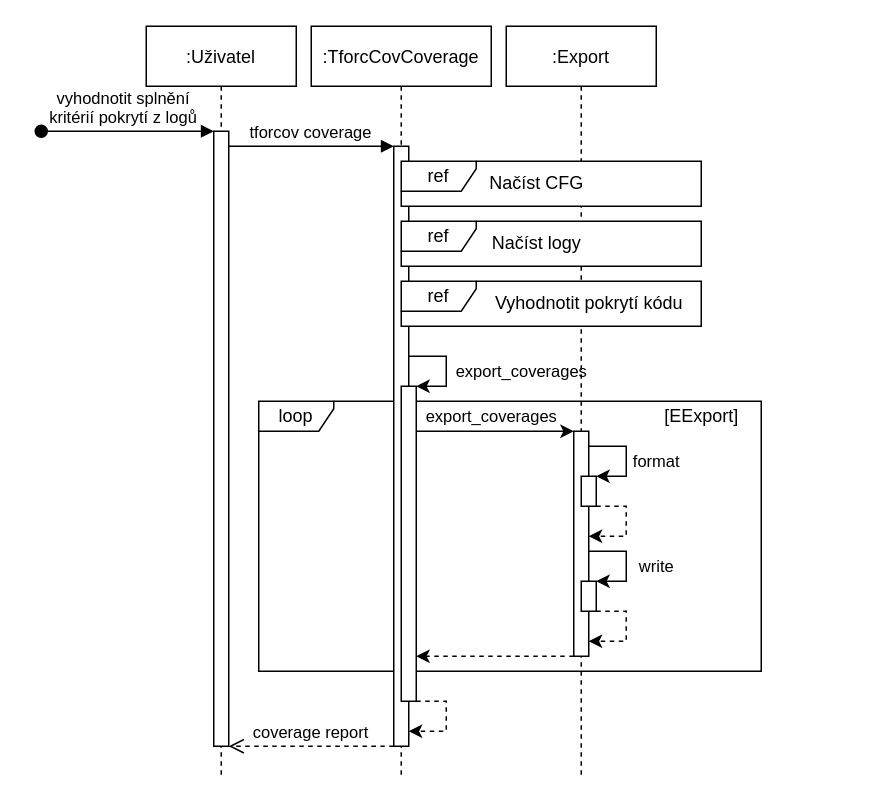
The draw.io diagram coverage_export_sequence_diagram.drawio in petkapou/DIP_diagrams, before the edit. Source tidied: cells renumbered, new cells numbered last; positions are measured from the earlier drawing's top-left corner, leaving out a move shared by most shapes. Both pictures are drawn from the tidied source at 150%, with x=0, y=0 at pixel (40, 26).
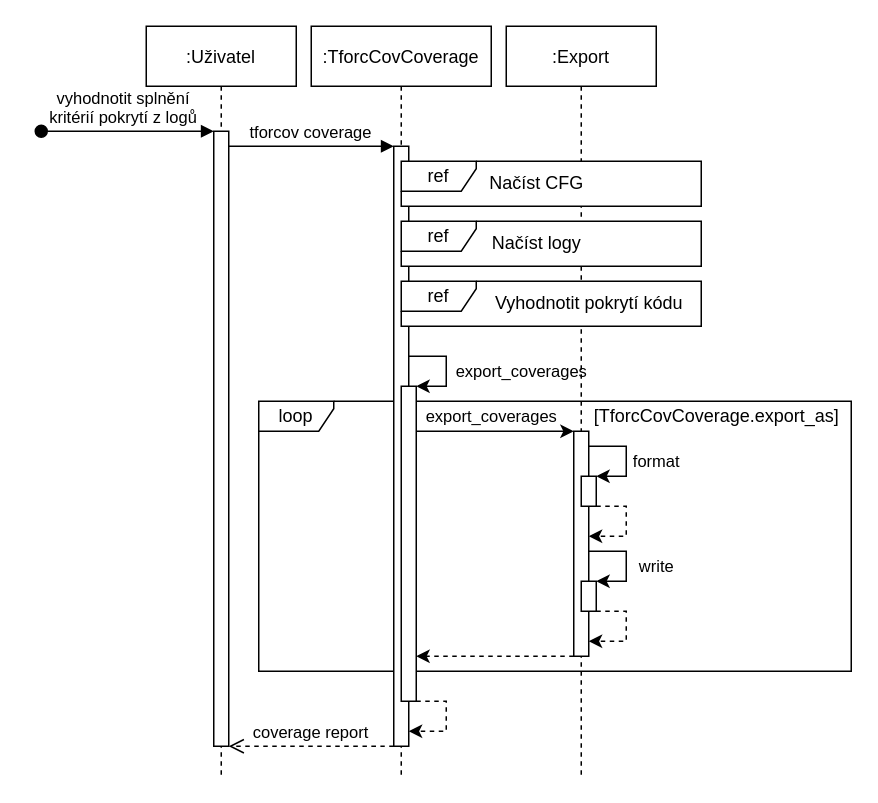
After the change.

Diff of the diagram source:
```diff
@@
     <mxCell id="2" value="loop" style="shape=umlFrame;whiteSpace=wrap;html=1;width=50;height=20;" parent="1" vertex="1">
-      <mxGeometry x="145" y="250" width="335" height="180" as="geometry" />
+      <mxGeometry x="145" y="250" width="395" height="180" as="geometry" />
     </mxCell>
@@
-    <mxCell id="26" value="[EExport]" style="text;html=1;align=center;verticalAlign=middle;fillColor=none;strokeColor=none;rounded=0;labelBackgroundColor=default;labelBorderColor=none;" parent="1" vertex="1">
-      <mxGeometry x="410" y="250" width="60" height="20" as="geometry" />
+    <mxCell id="26" value="[TforcCovCoverage.export_as]" style="text;html=1;align=center;verticalAlign=middle;fillColor=none;strokeColor=none;rounded=0;labelBackgroundColor=default;labelBorderColor=none;" parent="1" vertex="1">
+      <mxGeometry x="360" y="250" width="180" height="20" as="geometry" />
     </mxCell>
```
